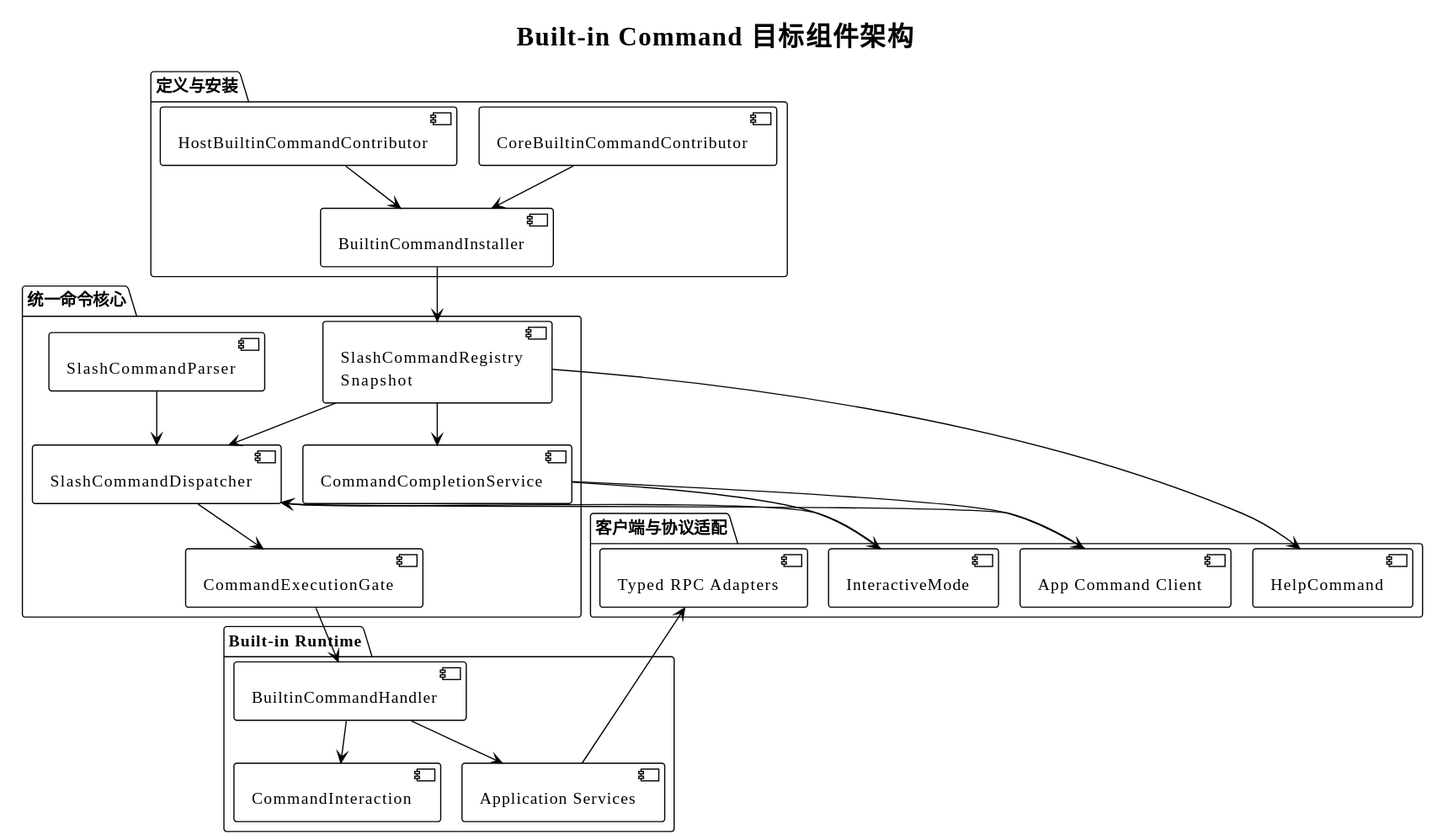
Above: diagrams/builtin-command/05-target-architecture.svg in superheromeZzh/pi-mono-java-design (PlantUML), before the change.
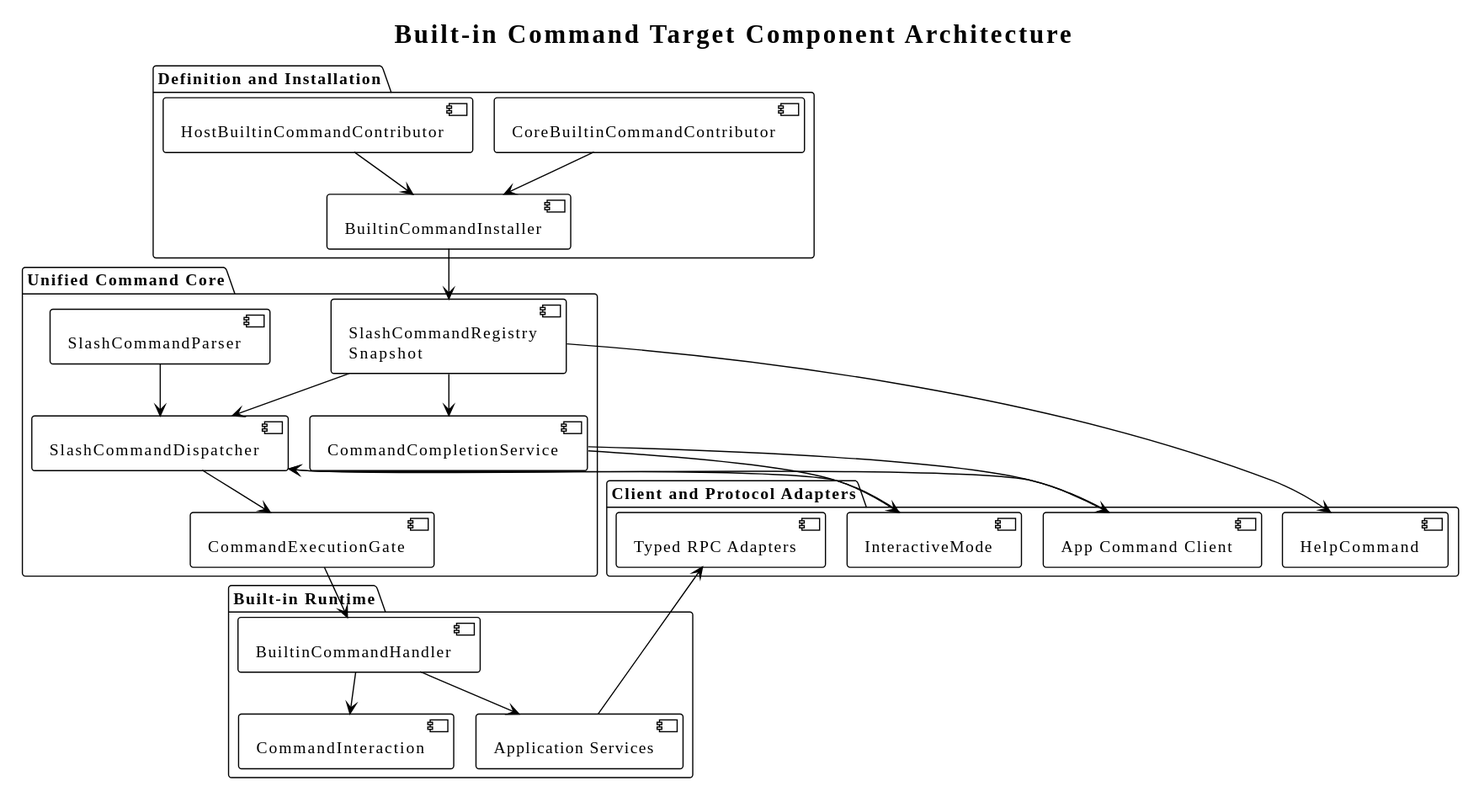
Above is the later version.

What changed in the source:
```diff
@@ -1,13 +1,13 @@
 @startuml
 !theme plain
 !pragma layout smetana
-skinparam defaultFontName "PingFang SC"
+skinparam defaultFontName "SansSerif"
 skinparam shadowing false
 skinparam backgroundColor transparent
-title Built-in Command 目标组件架构
+title Built-in Command Target Component Architecture
 
 top to bottom direction
-package "定义与安装" as Definition {
+package "Definition and Installation" as Definition {
   component "CoreBuiltinCommandContributor" as Core
   component "HostBuiltinCommandContributor" as Host
   component "BuiltinCommandInstaller" as Installer
@@ -15,7 +15,7 @@
   Host --> Installer
 }
 
-package "统一命令核心" as CommandCore {
+package "Unified Command Core" as CommandCore {
   component "SlashCommandRegistry\nSnapshot" as Registry
   component "SlashCommandParser" as Parser
   component "SlashCommandDispatcher" as Dispatcher
@@ -36,7 +36,7 @@
   Gate --> Handler
 }
 
-package "客户端与协议适配" as Clients {
+package "Client and Protocol Adapters" as Clients {
   component "InteractiveMode" as TUI
   component "App Command Client" as APP
   component "HelpCommand" as Help
```
